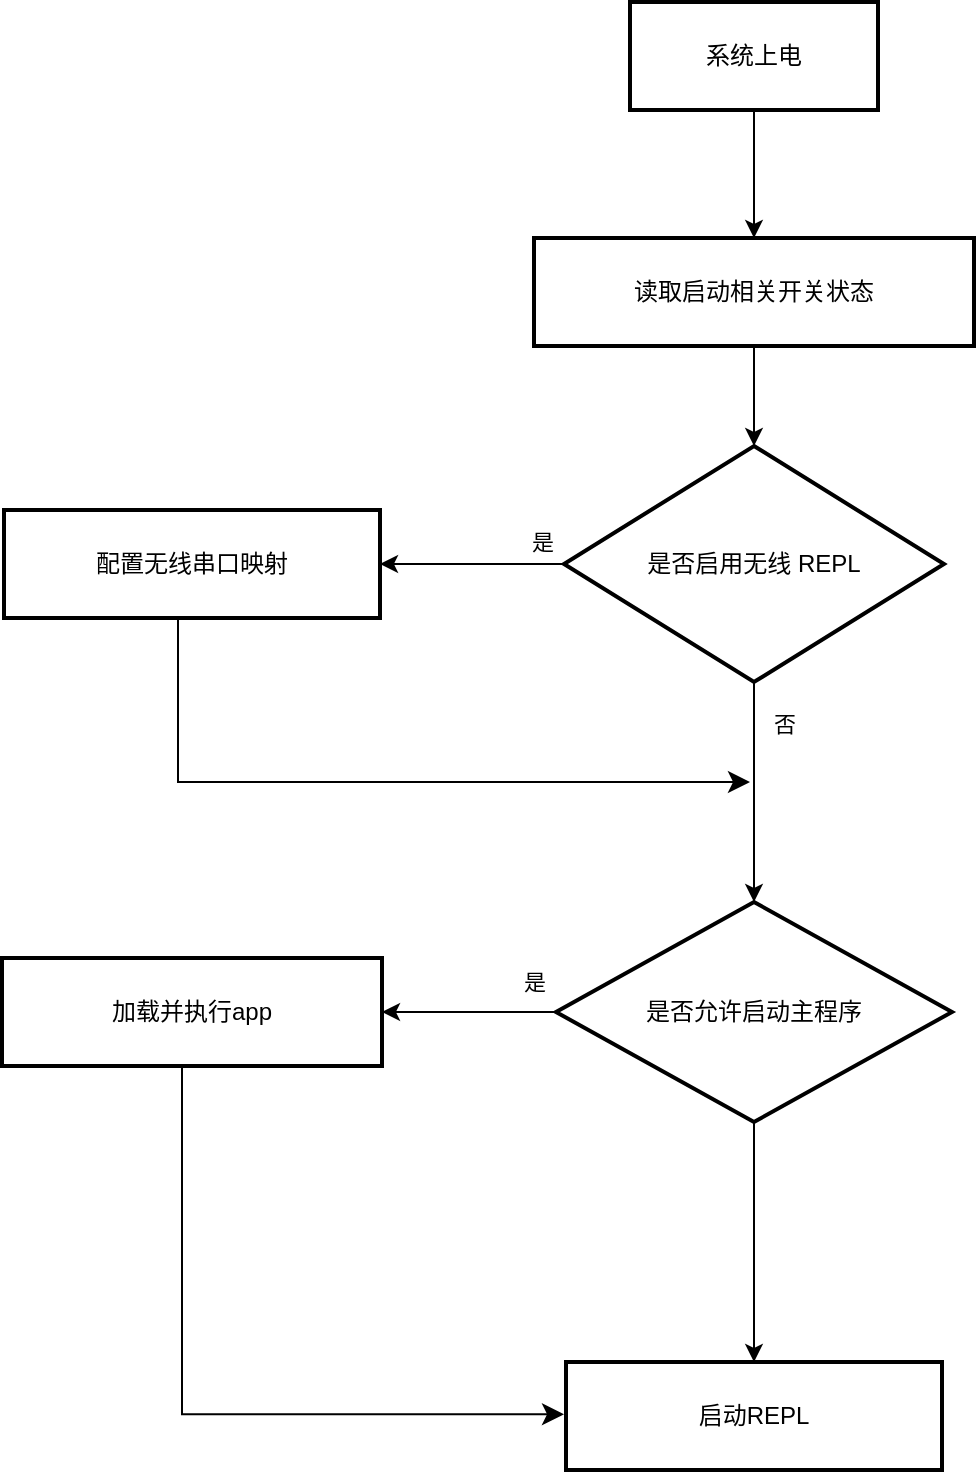
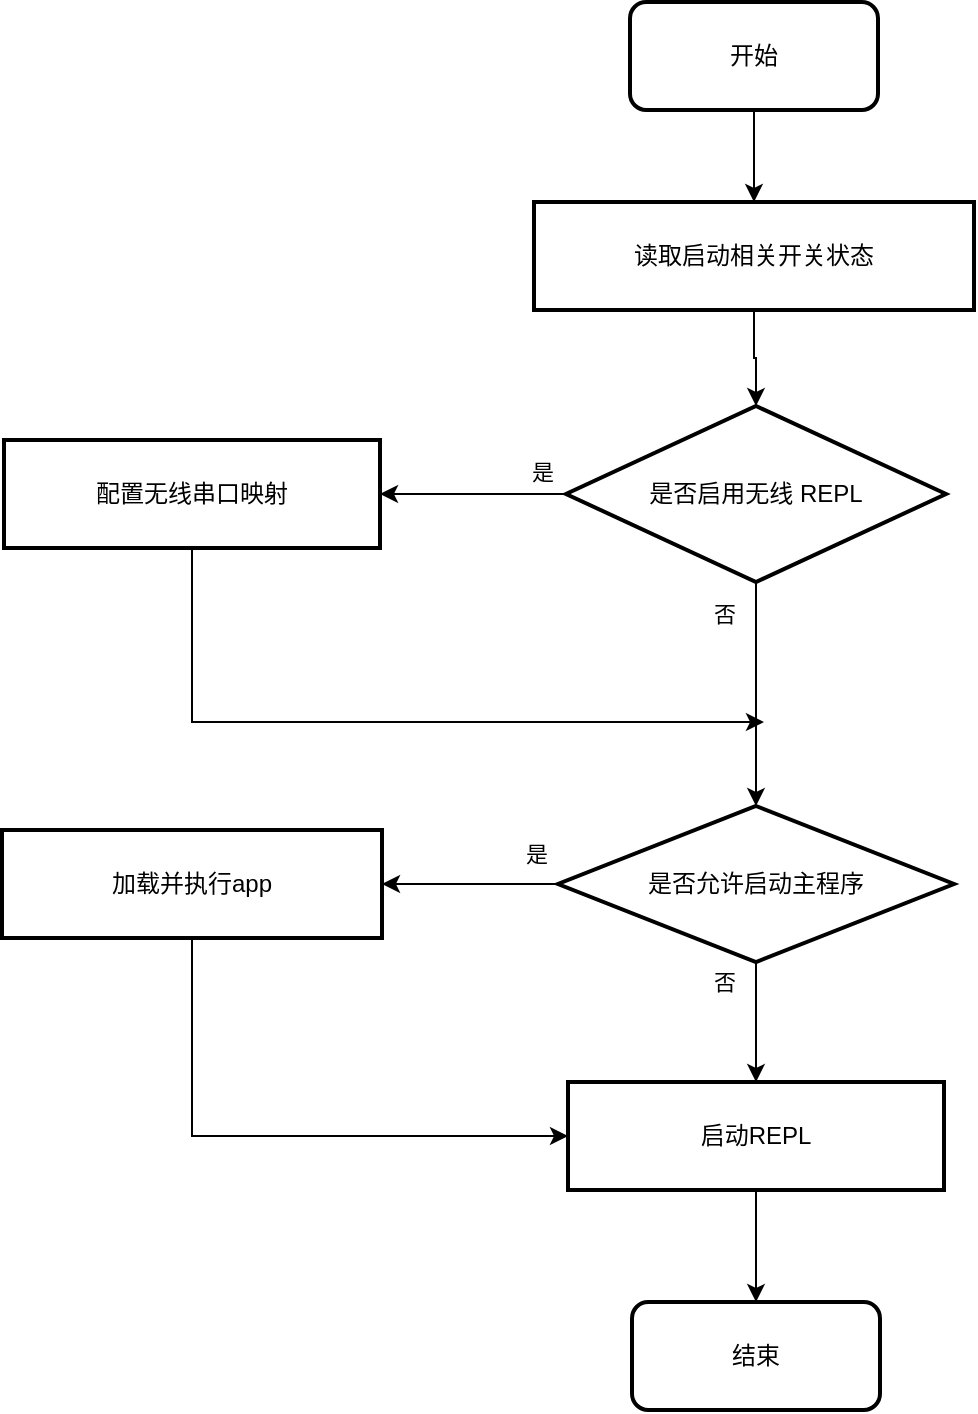
<mxfile host="app.diagrams.net">
  <diagram name="第 1 页" id="-v5uDTYBX0Cyw2D3ey9m">
-     <mxGraphModel dx="2204" dy="833" grid="1" gridSize="10" guides="1" tooltips="1" connect="1" arrows="1" fold="1" page="1" pageScale="1" pageWidth="827" pageHeight="1169" math="0" shadow="0">
+     <mxGraphModel dx="2005" dy="659" grid="1" gridSize="10" guides="1" tooltips="1" connect="1" arrows="1" fold="1" page="1" pageScale="1" pageWidth="827" pageHeight="1169" math="0" shadow="0">
      <root>
        <mxCell id="0" />
        <mxCell id="1" parent="0" />
-         <mxCell id="4PbjHM49gBCA9sw7AhCS-24" edge="1" parent="1" source="4PbjHM49gBCA9sw7AhCS-1" style="edgeStyle=orthogonalEdgeStyle;rounded=0;orthogonalLoop=1;jettySize=auto;html=1;" target="4PbjHM49gBCA9sw7AhCS-3" value="">
-           <mxGeometry relative="1" as="geometry" />
-         </mxCell>
-         <mxCell id="4PbjHM49gBCA9sw7AhCS-1" parent="1" style="whiteSpace=wrap;strokeWidth=2;fillColor=none;" value="系统上电" vertex="1">
-           <mxGeometry height="54" width="124" x="193" y="110" as="geometry" />
+         <mxCell id="4PbjHM49gBCA9sw7AhCS-24" edge="1" parent="1" source="rfMhbkDVSNMiEK1VXAax-1" style="edgeStyle=orthogonalEdgeStyle;rounded=0;orthogonalLoop=1;jettySize=auto;html=1;exitX=0.5;exitY=1;exitDx=0;exitDy=0;" target="4PbjHM49gBCA9sw7AhCS-3" value="">
+           <mxGeometry relative="1" as="geometry">
+             <mxPoint x="255" y="164" as="sourcePoint" />
+           </mxGeometry>
        </mxCell>
        <mxCell id="4PbjHM49gBCA9sw7AhCS-23" edge="1" parent="1" source="4PbjHM49gBCA9sw7AhCS-3" style="edgeStyle=orthogonalEdgeStyle;rounded=0;orthogonalLoop=1;jettySize=auto;html=1;" target="4PbjHM49gBCA9sw7AhCS-4" value="">
          <mxGeometry relative="1" as="geometry" />
        </mxCell>
        <mxCell id="4PbjHM49gBCA9sw7AhCS-3" parent="1" style="whiteSpace=wrap;strokeWidth=2;fillColor=none;" value="读取启动相关开关状态" vertex="1">
-           <mxGeometry height="54" width="220" x="145" y="228" as="geometry" />
-         </mxCell>
-         <mxCell id="4PbjHM49gBCA9sw7AhCS-26" edge="1" parent="1" source="4PbjHM49gBCA9sw7AhCS-4" style="edgeStyle=orthogonalEdgeStyle;rounded=0;orthogonalLoop=1;jettySize=auto;html=1;" target="4PbjHM49gBCA9sw7AhCS-7" value="">
-           <mxGeometry relative="1" as="geometry" />
-         </mxCell>
-         <mxCell id="4PbjHM49gBCA9sw7AhCS-29" connectable="0" parent="4PbjHM49gBCA9sw7AhCS-26" style="edgeLabel;html=1;align=center;verticalAlign=middle;resizable=0;points=[];" value="否" vertex="1">
-           <mxGeometry relative="1" x="-0.628" as="geometry">
-             <mxPoint x="15" as="offset" />
-           </mxGeometry>
+           <mxGeometry height="54" width="220" x="145" y="230" as="geometry" />
        </mxCell>
        <mxCell id="4PbjHM49gBCA9sw7AhCS-27" edge="1" parent="1" source="4PbjHM49gBCA9sw7AhCS-4" style="edgeStyle=orthogonalEdgeStyle;rounded=0;orthogonalLoop=1;jettySize=auto;html=1;" target="4PbjHM49gBCA9sw7AhCS-5" value="">
          <mxGeometry relative="1" as="geometry" />
        </mxCell>
        <mxCell id="4PbjHM49gBCA9sw7AhCS-28" connectable="0" parent="4PbjHM49gBCA9sw7AhCS-27" style="edgeLabel;html=1;align=center;verticalAlign=middle;resizable=0;points=[];" value="是" vertex="1">
          <mxGeometry relative="1" x="-0.273" y="-1" as="geometry">
            <mxPoint x="22" y="-10" as="offset" />
          </mxGeometry>
        </mxCell>
+         <mxCell id="rfMhbkDVSNMiEK1VXAax-4" edge="1" parent="1" source="4PbjHM49gBCA9sw7AhCS-4" style="edgeStyle=orthogonalEdgeStyle;rounded=0;orthogonalLoop=1;jettySize=auto;html=1;" target="4PbjHM49gBCA9sw7AhCS-7" value="">
+           <mxGeometry relative="1" as="geometry" />
+         </mxCell>
+         <mxCell id="rfMhbkDVSNMiEK1VXAax-7" connectable="0" parent="rfMhbkDVSNMiEK1VXAax-4" style="edgeLabel;html=1;align=center;verticalAlign=middle;resizable=0;points=[];" value="否" vertex="1">
+           <mxGeometry relative="1" x="-0.7254" y="2" as="geometry">
+             <mxPoint x="-18" as="offset" />
+           </mxGeometry>
+         </mxCell>
        <mxCell id="4PbjHM49gBCA9sw7AhCS-4" parent="1" style="rhombus;strokeWidth=2;whiteSpace=wrap;fillColor=none;" value="是否启用无线 REPL" vertex="1">
-           <mxGeometry height="118" width="190" x="160" y="332" as="geometry" />
+           <mxGeometry height="88" width="190" x="161" y="332" as="geometry" />
+         </mxCell>
+         <mxCell id="rfMhbkDVSNMiEK1VXAax-3" edge="1" parent="1" source="4PbjHM49gBCA9sw7AhCS-5" style="edgeStyle=orthogonalEdgeStyle;rounded=0;orthogonalLoop=1;jettySize=auto;html=1;">
+           <mxGeometry relative="1" as="geometry">
+             <Array as="points">
+               <mxPoint x="-26" y="490" />
+             </Array>
+             <mxPoint x="260" y="490" as="targetPoint" />
+           </mxGeometry>
        </mxCell>
        <mxCell id="4PbjHM49gBCA9sw7AhCS-5" parent="1" style="whiteSpace=wrap;strokeWidth=2;fillColor=none;" value="配置无线串口映射" vertex="1">
-           <mxGeometry height="54" width="188" x="-120" y="364" as="geometry" />
+           <mxGeometry height="54" width="188" x="-120" y="349" as="geometry" />
        </mxCell>
        <mxCell id="4PbjHM49gBCA9sw7AhCS-33" edge="1" parent="1" source="4PbjHM49gBCA9sw7AhCS-7" style="edgeStyle=orthogonalEdgeStyle;rounded=0;orthogonalLoop=1;jettySize=auto;html=1;" target="4PbjHM49gBCA9sw7AhCS-8" value="">
          <mxGeometry relative="1" as="geometry" />
        </mxCell>
        <mxCell id="4PbjHM49gBCA9sw7AhCS-34" connectable="0" parent="4PbjHM49gBCA9sw7AhCS-33" style="edgeLabel;html=1;align=center;verticalAlign=middle;resizable=0;points=[];" value="是" vertex="1">
          <mxGeometry relative="1" x="-0.7487" y="1" as="geometry">
            <mxPoint y="-16" as="offset" />
          </mxGeometry>
        </mxCell>
        <mxCell id="4PbjHM49gBCA9sw7AhCS-35" edge="1" parent="1" source="4PbjHM49gBCA9sw7AhCS-7" style="edgeStyle=orthogonalEdgeStyle;rounded=0;orthogonalLoop=1;jettySize=auto;html=1;" target="4PbjHM49gBCA9sw7AhCS-11" value="">
          <mxGeometry relative="1" as="geometry" />
        </mxCell>
+         <mxCell id="rfMhbkDVSNMiEK1VXAax-8" connectable="0" parent="4PbjHM49gBCA9sw7AhCS-35" style="edgeLabel;html=1;align=center;verticalAlign=middle;resizable=0;points=[];" value="否" vertex="1">
+           <mxGeometry relative="1" x="-0.6828" y="-1" as="geometry">
+             <mxPoint x="-15" as="offset" />
+           </mxGeometry>
+         </mxCell>
        <mxCell id="4PbjHM49gBCA9sw7AhCS-7" parent="1" style="rhombus;strokeWidth=2;whiteSpace=wrap;fillColor=none;" value="是否允许启动主程序" vertex="1">
-           <mxGeometry height="110" width="198" x="156" y="560" as="geometry" />
+           <mxGeometry height="78" width="198" x="157" y="532" as="geometry" />
+         </mxCell>
+         <mxCell id="rfMhbkDVSNMiEK1VXAax-6" edge="1" parent="1" source="4PbjHM49gBCA9sw7AhCS-8" style="edgeStyle=orthogonalEdgeStyle;rounded=0;orthogonalLoop=1;jettySize=auto;html=1;entryX=0;entryY=0.5;entryDx=0;entryDy=0;" target="4PbjHM49gBCA9sw7AhCS-11">
+           <mxGeometry relative="1" as="geometry">
+             <Array as="points">
+               <mxPoint x="-26" y="697" />
+             </Array>
+           </mxGeometry>
        </mxCell>
        <mxCell id="4PbjHM49gBCA9sw7AhCS-8" parent="1" style="whiteSpace=wrap;strokeWidth=2;fillColor=none;" value="加载并执行app" vertex="1">
-           <mxGeometry height="54" width="190" x="-121" y="588" as="geometry" />
+           <mxGeometry height="54" width="190" x="-121" y="544" as="geometry" />
+         </mxCell>
+         <mxCell id="rfMhbkDVSNMiEK1VXAax-5" edge="1" parent="1" source="4PbjHM49gBCA9sw7AhCS-11" style="edgeStyle=orthogonalEdgeStyle;rounded=0;orthogonalLoop=1;jettySize=auto;html=1;" target="rfMhbkDVSNMiEK1VXAax-2" value="">
+           <mxGeometry relative="1" as="geometry" />
        </mxCell>
        <mxCell id="4PbjHM49gBCA9sw7AhCS-11" parent="1" style="whiteSpace=wrap;strokeWidth=2;fillColor=none;" value="启动REPL" vertex="1">
-           <mxGeometry height="54" width="188" x="161" y="790" as="geometry" />
+           <mxGeometry height="54" width="188" x="162" y="670" as="geometry" />
        </mxCell>
        <mxCell id="4PbjHM49gBCA9sw7AhCS-25" edge="1" parent="1" source="4PbjHM49gBCA9sw7AhCS-4" style="edgeStyle=orthogonalEdgeStyle;rounded=0;orthogonalLoop=1;jettySize=auto;html=1;exitX=0.5;exitY=1;exitDx=0;exitDy=0;" target="4PbjHM49gBCA9sw7AhCS-4">
          <mxGeometry relative="1" as="geometry" />
        </mxCell>
-         <mxCell id="4PbjHM49gBCA9sw7AhCS-30" edge="1" parent="1" style="edgeStyle=segmentEdgeStyle;endArrow=classic;html=1;curved=0;rounded=0;endSize=8;startSize=8;exitX=0.5;exitY=1;exitDx=0;exitDy=0;" value="">
-           <mxGeometry height="50" relative="1" width="50" as="geometry">
-             <Array as="points">
-               <mxPoint x="-33" y="500" />
-               <mxPoint x="153" y="500" />
-             </Array>
-             <mxPoint x="-32.999999999999886" y="418" as="sourcePoint" />
-             <mxPoint x="253" y="500" as="targetPoint" />
-           </mxGeometry>
+         <mxCell id="rfMhbkDVSNMiEK1VXAax-1" parent="1" style="rounded=1;whiteSpace=wrap;html=1;fillColor=none;strokeWidth=2;" value="开始" vertex="1">
+           <mxGeometry height="54" width="124" x="193" y="130" as="geometry" />
        </mxCell>
-         <mxCell id="4PbjHM49gBCA9sw7AhCS-40" edge="1" parent="1" style="edgeStyle=segmentEdgeStyle;endArrow=classic;html=1;curved=0;rounded=0;endSize=8;startSize=8;entryX=0;entryY=0.5;entryDx=0;entryDy=0;exitX=0.47;exitY=1.016;exitDx=0;exitDy=0;exitPerimeter=0;" value="">
-           <mxGeometry height="50" relative="1" width="50" as="geometry">
-             <Array as="points">
-               <mxPoint x="-31" y="642.14" />
-               <mxPoint x="-31" y="816.14" />
-             </Array>
-             <mxPoint x="-32.700000000000045" y="642.004" as="sourcePoint" />
-             <mxPoint x="160" y="816.14" as="targetPoint" />
-           </mxGeometry>
+         <mxCell id="rfMhbkDVSNMiEK1VXAax-2" parent="1" style="rounded=1;whiteSpace=wrap;html=1;fillColor=none;strokeWidth=2;" value="结束" vertex="1">
+           <mxGeometry height="54" width="124" x="194" y="780" as="geometry" />
        </mxCell>
      </root>
    </mxGraphModel>
  </diagram>
</mxfile>
